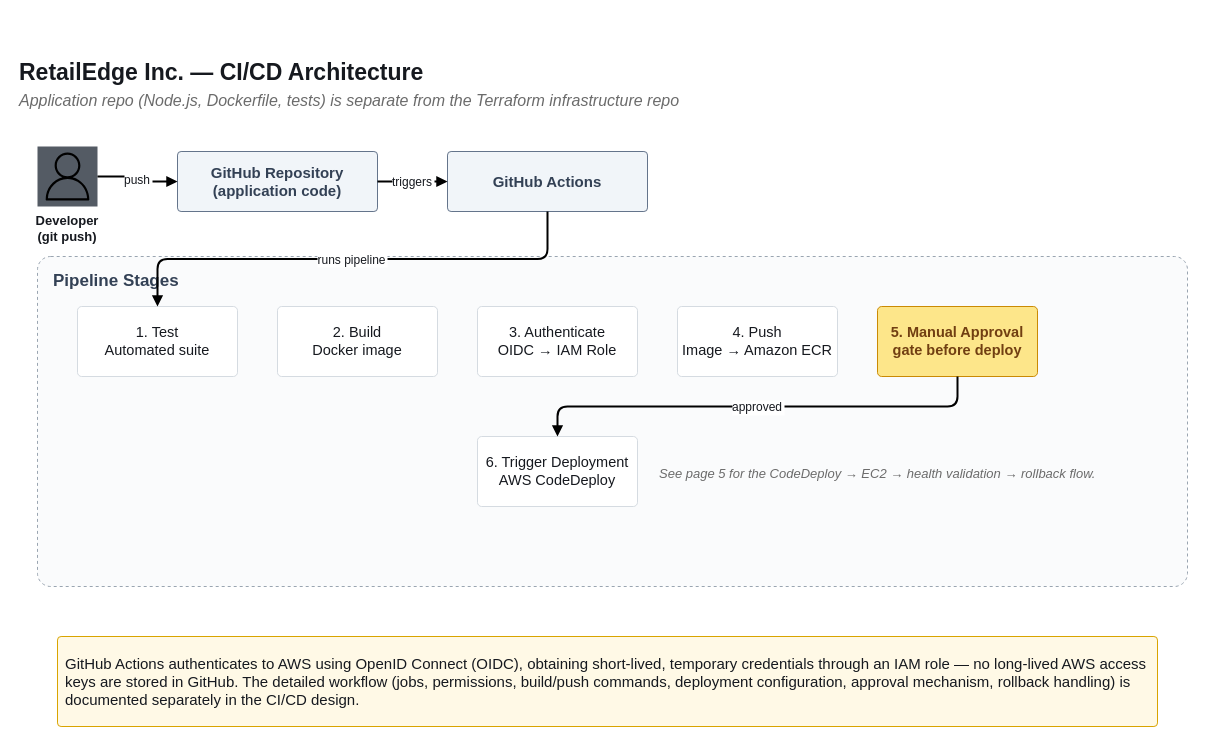
Above: page "6. CI-CD Pipeline" (6 of 7) of diagrams/architecture/04-retailedge-aws-architecture-cicd.drawio in aliaagamall/retail-edge-aws (draw.io), before the change. Source tidied: cells renumbered, new cells numbered last; positions are measured from the earlier drawing's top-left corner, leaving out a move shared by most shapes. Both pictures are drawn from the tidied source at 100%, with x=0, y=0 at pixel (17, 56).
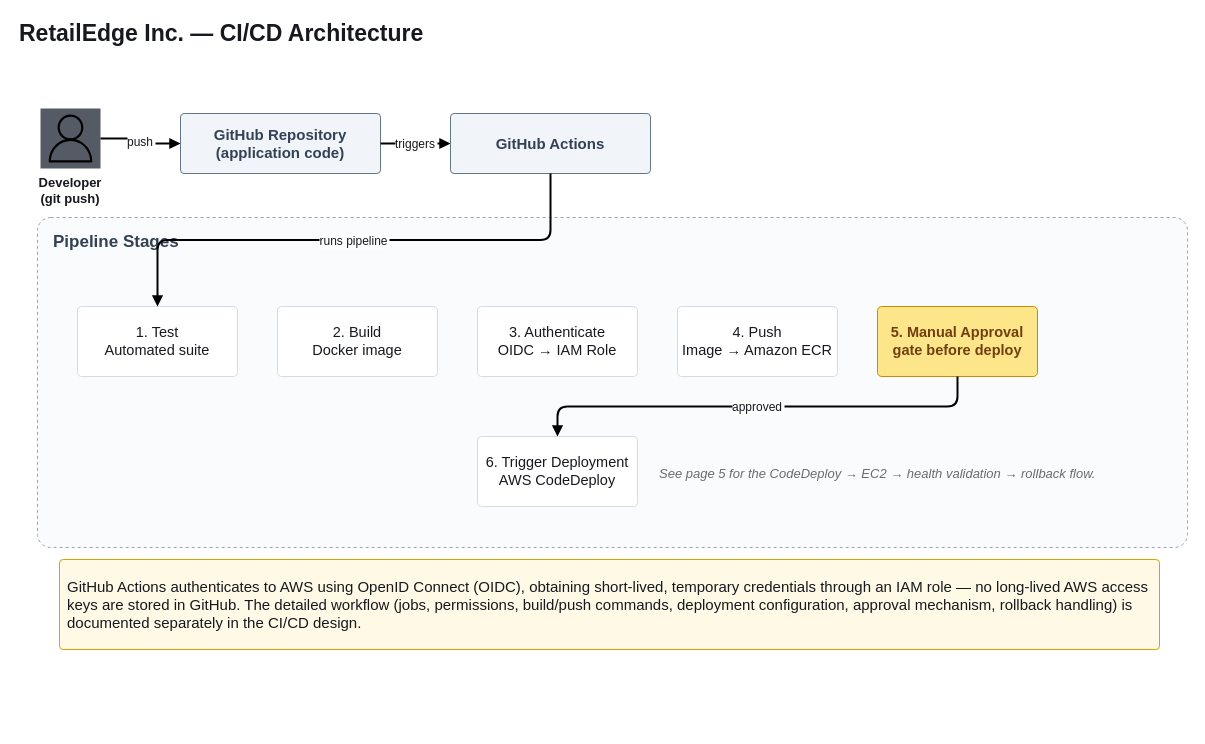
The same page after the edit.

Diff of the diagram source:
```diff
@@
 <mxGraphModel>
   <root>
     <mxCell id="0" />
     <mxCell id="1" parent="0" />
     <mxCell id="2" value="RetailEdge Inc. — CI/CD Architecture" style="whiteSpace=wrap;rounded=0;fillColor=none;strokeColor=none;dashed=0;html=1;align=left;verticalAlign=middle;fontSize=23;fontColor=#16191F;fontFamily=Helvetica;fontStyle=1;" parent="1" vertex="1">
-      <mxGeometry width="900" height="32" as="geometry" />
+      <mxGeometry y="-39" width="900" height="32" as="geometry" />
     </mxCell>
-    <mxCell id="3" value="Application repo (Node.js, Dockerfile, tests) is separate from the Terraform infrastructure repo" style="whiteSpace=wrap;rounded=0;fillColor=none;strokeColor=none;dashed=0;html=1;align=left;verticalAlign=middle;fontSize=16;fontColor=#6B6B6B;fontFamily=Helvetica;fontStyle=2;" parent="1" vertex="1">
-      <mxGeometry y="34" width="900" height="20" as="geometry" />
-    </mxCell>
     <mxCell id="4" value="Developer&#10;(git push)" style="whiteSpace=wrap;rounded=0;fillColor=#545B64;strokeColor=none;sketch=0;dashed=0;outlineConnect=0;fontColor=#16191F;gradientColor=none;verticalLabelPosition=bottom;verticalAlign=top;align=center;html=1;fontSize=13;fontStyle=1;shape=mxgraph.aws4.resourceIcon;resIcon=mxgraph.aws4.user;fontFamily=Helvetica;" parent="1" vertex="1">
-      <mxGeometry x="20" y="90" width="60" height="60" as="geometry" />
+      <mxGeometry x="23" y="52" width="60" height="60" as="geometry" />
     </mxCell>
     <mxCell id="5" value="GitHub Repository&#10;(application code)" style="whiteSpace=wrap;rounded=1;fillColor=#F1F5F9;strokeColor=#64748B;dashed=0;arcSize=6;html=1;align=center;verticalAlign=middle;fontSize=15;fontColor=#334155;fontFamily=Helvetica;fontStyle=1;" parent="1" vertex="1">
-      <mxGeometry x="160" y="95" width="200" height="60" as="geometry" />
+      <mxGeometry x="163" y="57" width="200" height="60" as="geometry" />
     </mxCell>
     <mxCell id="6" value="GitHub Actions" style="whiteSpace=wrap;rounded=1;fillColor=#F1F5F9;strokeColor=#64748B;dashed=0;arcSize=6;html=1;align=center;verticalAlign=middle;fontSize=15;fontColor=#334155;fontFamily=Helvetica;fontStyle=1;" parent="1" vertex="1">
-      <mxGeometry x="430" y="95" width="200" height="60" as="geometry" />
+      <mxGeometry x="433" y="57" width="200" height="60" as="geometry" />
     </mxCell>
     <mxCell id="7" value="Pipeline Stages" style="whiteSpace=wrap;rounded=1;fillColor=#FAFBFC;strokeColor=#9AA5B1;dashed=1;arcSize=4;html=1;strokeWidth=1;verticalAlign=top;align=left;fontSize=17;fontColor=#334155;spacingLeft=14;spacingTop=8;fontFamily=Helvetica;fontStyle=1;" parent="1" vertex="1">
-      <mxGeometry x="20" y="200" width="1150" height="330" as="geometry" />
+      <mxGeometry x="20" y="161" width="1150" height="330" as="geometry" />
     </mxCell>
     <mxCell id="8" value="1. Test&#10;Automated suite" style="whiteSpace=wrap;rounded=1;fillColor=#FFFFFF;strokeColor=#D5DBE1;dashed=0;html=1;align=center;verticalAlign=middle;fontSize=14.5;fontColor=#16191F;fontFamily=Helvetica;arcSize=6;spacing=6;" parent="1" vertex="1">
       <mxGeometry x="60" y="250" width="160" height="70" as="geometry" />
     </mxCell>
     <mxCell id="9" value="2. Build&#10;Docker image" style="whiteSpace=wrap;rounded=1;fillColor=#FFFFFF;strokeColor=#D5DBE1;dashed=0;html=1;align=center;verticalAlign=middle;fontSize=14.5;fontColor=#16191F;fontFamily=Helvetica;arcSize=6;spacing=6;" parent="1" vertex="1">
       <mxGeometry x="260" y="250" width="160" height="70" as="geometry" />
     </mxCell>
     <mxCell id="10" value="3. Authenticate&#10;OIDC → IAM Role" style="whiteSpace=wrap;rounded=1;fillColor=#FFFFFF;strokeColor=#D5DBE1;dashed=0;html=1;align=center;verticalAlign=middle;fontSize=14.5;fontColor=#16191F;fontFamily=Helvetica;arcSize=6;spacing=6;" parent="1" vertex="1">
       <mxGeometry x="460" y="250" width="160" height="70" as="geometry" />
     </mxCell>
     <mxCell id="11" value="4. Push&#10;Image → Amazon ECR" style="whiteSpace=wrap;rounded=1;fillColor=#FFFFFF;strokeColor=#D5DBE1;dashed=0;html=1;align=center;verticalAlign=middle;fontSize=14.5;fontColor=#16191F;fontFamily=Helvetica;arcSize=6;spacing=6;" parent="1" vertex="1">
       <mxGeometry x="660" y="250" width="160" height="70" as="geometry" />
     </mxCell>
     <mxCell id="12" value="5. Manual Approval&#10;gate before deploy" style="whiteSpace=wrap;rounded=1;fillColor=#FDE68A;strokeColor=#CA8A04;dashed=0;html=1;align=center;verticalAlign=middle;fontSize=14.5;fontColor=#713F12;fontFamily=Helvetica;arcSize=6;spacing=6;fontStyle=1;" parent="1" vertex="1">
       <mxGeometry x="860" y="250" width="160" height="70" as="geometry" />
     </mxCell>
     <mxCell id="13" value="6. Trigger Deployment&#10;AWS CodeDeploy" style="whiteSpace=wrap;rounded=1;fillColor=#FFFFFF;strokeColor=#D5DBE1;dashed=0;html=1;align=center;verticalAlign=middle;fontSize=14.5;fontColor=#16191F;fontFamily=Helvetica;arcSize=6;spacing=6;" parent="1" vertex="1">
       <mxGeometry x="460" y="380" width="160" height="70" as="geometry" />
     </mxCell>
     <mxCell id="14" value="See page 5 for the CodeDeploy → EC2 → health validation → rollback flow." style="whiteSpace=wrap;rounded=0;fillColor=none;strokeColor=none;dashed=0;html=1;align=left;verticalAlign=middle;fontSize=13;fontColor=#6B6B6B;fontFamily=Helvetica;fontStyle=2;" parent="1" vertex="1">
       <mxGeometry x="640" y="405" width="480" height="24" as="geometry" />
     </mxCell>
     <mxCell id="15" value="GitHub Actions authenticates to AWS using OpenID Connect (OIDC), obtaining short-lived, temporary credentials through an IAM role — no long-lived AWS access keys are stored in GitHub. The detailed workflow (jobs, permissions, build/push commands, deployment configuration, approval mechanism, rollback handling) is documented separately in the CI/CD design." style="whiteSpace=wrap;rounded=1;fillColor=#FFF9E6;strokeColor=#D9A400;dashed=0;html=1;align=left;verticalAlign=middle;fontSize=15;fontColor=#16191F;fontFamily=Helvetica;arcSize=4;spacing=8;" parent="1" vertex="1">
-      <mxGeometry x="40" y="580" width="1100" height="90" as="geometry" />
+      <mxGeometry x="42" y="503" width="1100" height="90" as="geometry" />
     </mxCell>
     <mxCell id="16" value="push" style="edgeStyle=orthogonalEdgeStyle;rounded=1;jettySize=auto;endArrow=block;endFill=1;strokeWidth=2;fontFamily=Helvetica;fontSize=12;fontColor=#16191F;" parent="1" edge="1" source="4" target="5">
       <mxGeometry relative="1" as="geometry" />
     </mxCell>
     <mxCell id="17" value="triggers" style="edgeStyle=orthogonalEdgeStyle;rounded=1;jettySize=auto;endArrow=block;endFill=1;strokeWidth=2;fontFamily=Helvetica;fontSize=12;fontColor=#16191F;" parent="1" edge="1" source="5" target="6">
       <mxGeometry relative="1" as="geometry" />
     </mxCell>
     <mxCell id="18" value="runs pipeline" style="edgeStyle=orthogonalEdgeStyle;rounded=1;jettySize=auto;exitX=0.5;exitY=1;entryX=0.5;entryY=0;endArrow=block;endFill=1;strokeWidth=2;fontFamily=Helvetica;fontSize=12;fontColor=#16191F;" parent="1" edge="1" source="6" target="8">
       <mxGeometry relative="1" as="geometry" />
     </mxCell>
     <mxCell id="19" value="approved" style="edgeStyle=orthogonalEdgeStyle;rounded=1;jettySize=auto;exitX=0.5;exitY=1;entryX=0.5;entryY=0;endArrow=block;endFill=1;strokeWidth=2;fontFamily=Helvetica;fontSize=12;fontColor=#16191F;" parent="1" edge="1" source="12" target="13">
       <mxGeometry relative="1" as="geometry" />
     </mxCell>
   </root>
 </mxGraphModel>
```
